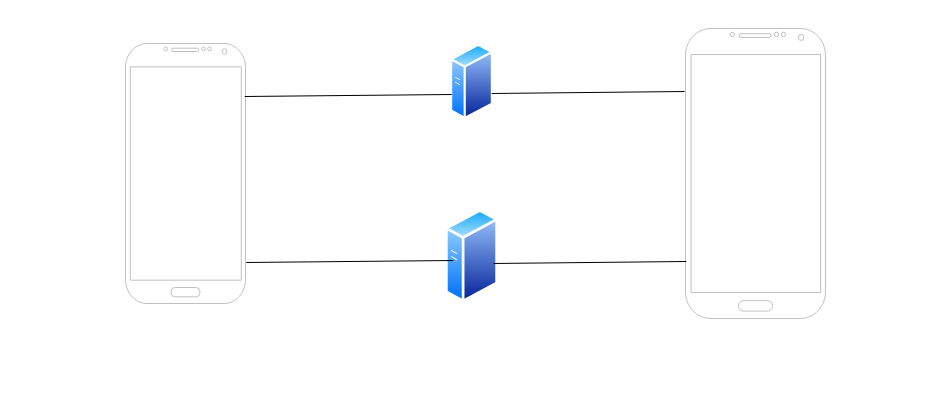
This is Untitled Diagram.drawio from kmsanjar47/software-diagrams, a draw.io file, before an edit. Source tidied: cells renumbered, new cells numbered last; positions are measured from the earlier drawing's top-left corner, leaving out a move shared by most shapes. Both pictures are drawn from the tidied source at 100%, with x=0, y=0 at pixel (125, 28).
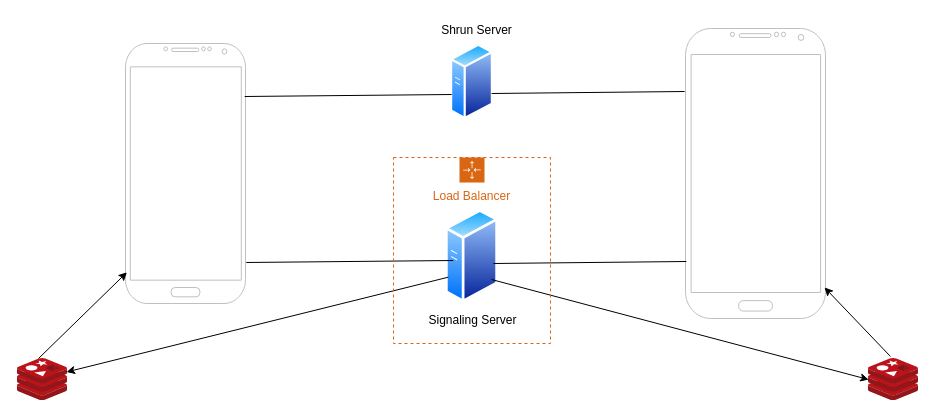
Above is the later version.

The change refers to these unchanged cells:
```xml
<mxCell id="2" style="verticalLabelPosition=bottom;verticalAlign=top;html=1;shadow=0;dashed=0;strokeWidth=1;shape=mxgraph.android.phone2;strokeColor=#c0c0c0;" parent="1" vertex="1">
  <mxGeometry y="15" width="120" height="260" as="geometry" />
</mxCell>
<mxCell id="3" style="verticalLabelPosition=bottom;verticalAlign=top;html=1;shadow=0;dashed=0;strokeWidth=1;shape=mxgraph.android.phone2;strokeColor=#c0c0c0;" parent="1" vertex="1">
  <mxGeometry x="560" width="140" height="290" as="geometry" />
</mxCell>
<mxCell id="4" style="image;perimeter=ellipsePerimeter;html=1;align=center;shadow=0;dashed=0;spacingTop=3;image=img/lib/active_directory/generic_server.svg;" parent="1" vertex="1">
  <mxGeometry x="320" y="180.4" width="53" height="94.6" as="geometry" />
</mxCell>
```

Diff of the diagram source:
```diff
@@
+    <mxCell id="8" style="endArrow=classic;html=1;rounded=0;entryX=1;entryY=0.5;entryDx=0;entryDy=0;exitX=0;exitY=0.75;exitDx=0;exitDy=0;" parent="1" edge="1" source="4">
+      <mxGeometry relative="1" as="geometry">
+        <mxPoint x="-59" y="343.5" as="targetPoint" />
+      </mxGeometry>
+    </mxCell>
+    <mxCell id="9" style="endArrow=classic;html=1;rounded=0;entryX=0.012;entryY=0.88;entryDx=0;entryDy=0;entryPerimeter=0;" parent="1" edge="1" target="2">
+      <mxGeometry relative="1" as="geometry">
+        <mxPoint x="-87" y="330" as="sourcePoint" />
+      </mxGeometry>
+    </mxCell>
+    <mxCell id="10" style="endArrow=classic;html=1;rounded=0;entryX=0;entryY=0.75;entryDx=0;entryDy=0;" parent="1" edge="1">
+      <mxGeometry relative="1" as="geometry">
+        <mxPoint x="366" y="251" as="sourcePoint" />
+        <mxPoint x="743.2" y="351.1" as="targetPoint" />
+      </mxGeometry>
+    </mxCell>
+    <mxCell id="11" style="endArrow=classic;html=1;rounded=0;entryX=0.993;entryY=0.893;entryDx=0;entryDy=0;entryPerimeter=0;" parent="1" edge="1" target="3">
+      <mxGeometry relative="1" as="geometry">
+        <mxPoint x="765" y="328" as="sourcePoint" />
+      </mxGeometry>
+    </mxCell>
+    <mxCell id="12" value="Load Balancer" style="gradientColor=none;html=1;whiteSpace=wrap;fontSize=12;fontStyle=0;shape=mxgraph.aws4.groupCenter;grIcon=mxgraph.aws4.group_auto_scaling_group;grStroke=1;strokeColor=#D86613;fillColor=none;verticalAlign=top;align=center;fontColor=#D86613;dashed=1;spacingTop=25;" parent="1" vertex="1">
+      <mxGeometry x="268" y="129" width="157" height="186" as="geometry" />
+    </mxCell>
+    <mxCell id="13" value="Signaling Server" style="text;html=1;align=center;verticalAlign=middle;strokeColor=none;fillColor=none;" parent="12" vertex="1">
+      <mxGeometry x="25.5" y="150" width="106" height="26" as="geometry" />
+    </mxCell>
+    <mxCell id="14" style="image;sketch=0;html=1;align=center;fontSize=12;image=img/lib/mscae/Cache_Redis_Product.svg;" parent="1" vertex="1">
+      <mxGeometry x="-108" y="330" width="50" height="42" as="geometry" />
+    </mxCell>
+    <mxCell id="15" style="image;sketch=0;html=1;align=center;fontSize=12;image=img/lib/mscae/Cache_Redis_Product.svg;" parent="1" vertex="1">
+      <mxGeometry x="743" y="330" width="50" height="42" as="geometry" />
+    </mxCell>
+    <mxCell id="16" value="Shrun Server" style="text;html=1;align=center;verticalAlign=middle;strokeColor=none;fillColor=none;" parent="1" vertex="1">
+      <mxGeometry x="306" y="-11" width="89" height="26" as="geometry" />
+    </mxCell>
```
